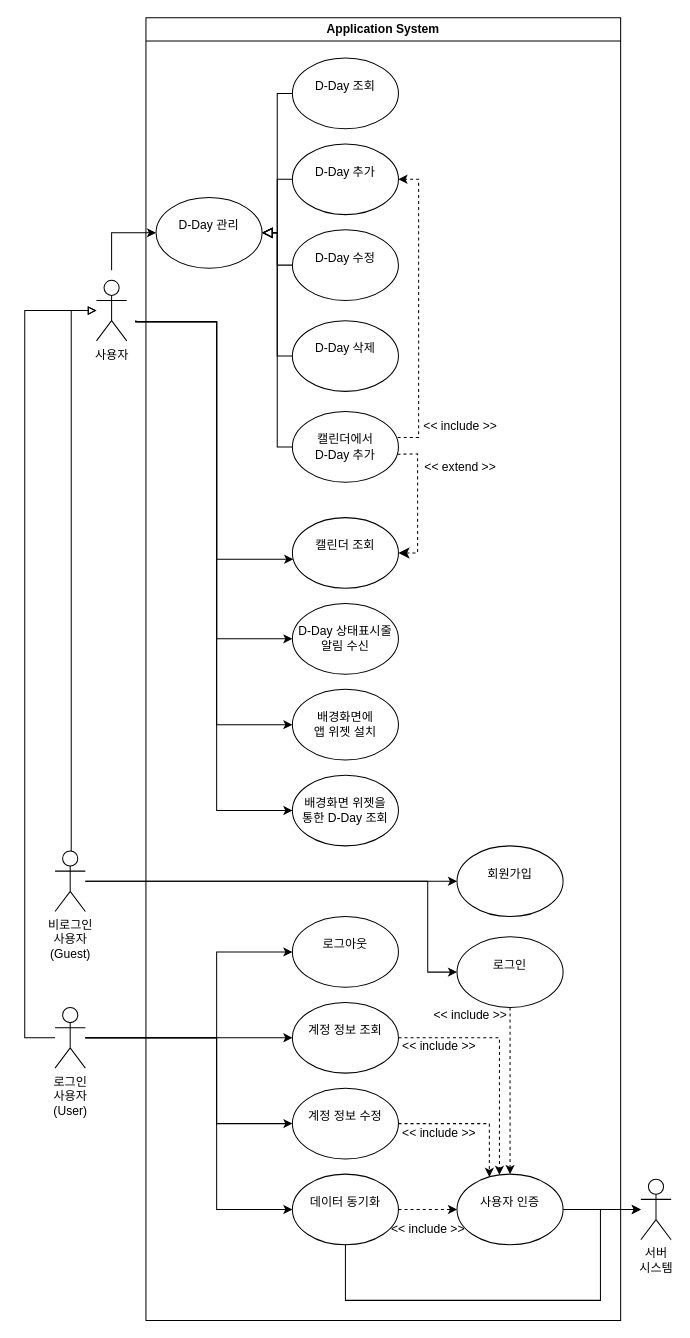
Before: use case diagram.drawio in baechuTree/softwareEngineering, a draw.io diagram. Source tidied: cells renumbered, new cells numbered last; positions are measured from the earlier drawing's top-left corner, leaving out a move shared by most shapes. Both pictures are drawn from the tidied source at 101%, with x=0, y=0 at pixel (24, 17).
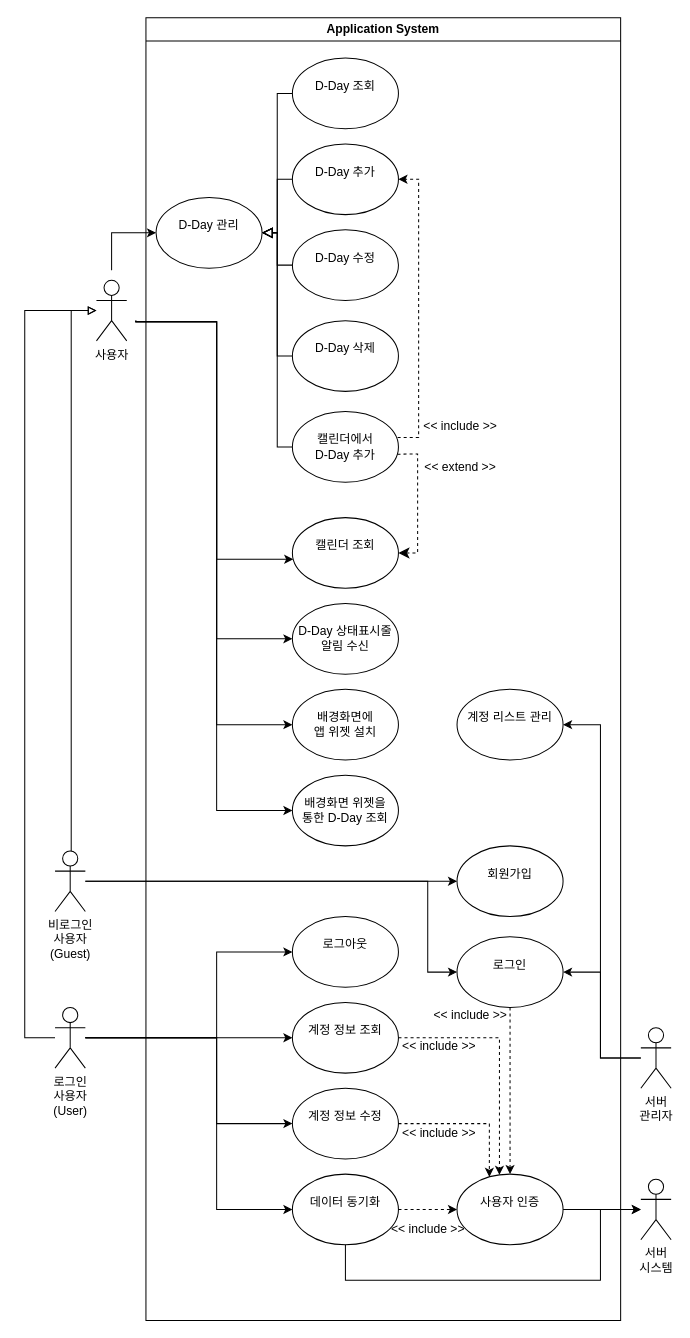
Above is the later version.

Unchanged cells that the change refers to:
```xml
<mxCell id="4" value="Application System" style="swimlane;whiteSpace=wrap;html=1;" parent="1" vertex="1">
  <mxGeometry x="120" width="470" height="1290" as="geometry" />
</mxCell>
<mxCell id="31" value="&lt;br&gt;&lt;div&gt;로그인&lt;/div&gt;" style="ellipse;whiteSpace=wrap;html=1;verticalAlign=top;align=center;" parent="4" vertex="1">
  <mxGeometry x="308" y="910" width="105" height="70" as="geometry" />
</mxCell>
<mxCell id="33" value="&lt;br&gt;&lt;div&gt;데이터 동기화&lt;/div&gt;" style="ellipse;whiteSpace=wrap;html=1;verticalAlign=top;align=center;" parent="4" vertex="1">
  <mxGeometry x="145" y="1145" width="105" height="70" as="geometry" />
</mxCell>
<mxCell id="41" value="서버&lt;div&gt;시스템&lt;/div&gt;" style="shape=umlActor;verticalLabelPosition=bottom;verticalAlign=top;html=1;outlineConnect=0;" parent="4" vertex="1">
  <mxGeometry x="490" y="1150" width="30" height="60" as="geometry" />
</mxCell>
```

What changed in the source:
```diff
@@
     <mxCell id="43" style="endArrow=classic;html=1;rounded=0;exitX=0.5;exitY=1;exitDx=0;exitDy=0;edgeStyle=orthogonalEdgeStyle;" parent="4" edge="1" source="33" target="41">
       <mxGeometry relative="1" as="geometry">
         <Array as="points">
-          <mxPoint x="198" y="1270" />
-          <mxPoint x="450" y="1270" />
+          <mxPoint x="198" y="1250" />
+          <mxPoint x="450" y="1250" />
           <mxPoint x="450" y="1180" />
         </Array>
       </mxGeometry>
     </mxCell>
@@
+    <mxCell id="56" value="&lt;div&gt;&lt;br&gt;&lt;/div&gt;&lt;div&gt;계정 리스트 관리&lt;/div&gt;" style="ellipse;whiteSpace=wrap;html=1;verticalAlign=top;align=center;" parent="4" vertex="1">
+      <mxGeometry x="308" y="665" width="105" height="70" as="geometry" />
+    </mxCell>
@@
+    <mxCell id="57" style="edgeStyle=orthogonalEdgeStyle;rounded=0;jettySize=auto;html=1;" parent="1" edge="1" source="59" target="31">
+      <mxGeometry relative="1" as="geometry">
+        <Array as="points">
+          <mxPoint x="570" y="1030" />
+          <mxPoint x="570" y="945" />
+        </Array>
+      </mxGeometry>
+    </mxCell>
+    <mxCell id="58" style="edgeStyle=orthogonalEdgeStyle;rounded=0;jettySize=auto;html=1;" parent="1" edge="1" source="59" target="56">
+      <mxGeometry relative="1" as="geometry">
+        <Array as="points">
+          <mxPoint x="570" y="1030" />
+          <mxPoint x="570" y="700" />
+        </Array>
+      </mxGeometry>
+    </mxCell>
+    <mxCell id="59" value="서버&lt;div&gt;관리자&lt;/div&gt;" style="shape=umlActor;verticalLabelPosition=bottom;verticalAlign=top;html=1;outlineConnect=0;" parent="1" vertex="1">
+      <mxGeometry x="610" y="1000" width="30" height="60" as="geometry" />
+    </mxCell>
```
